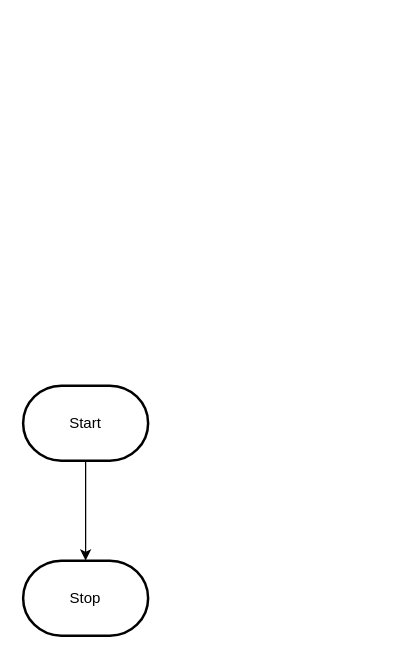
This is design/flowchart.drawio from MTHS-ICD2O-1-2024/ICD2O-Unit-3-02-peter-zerbinos, a draw.io file, before an edit. Source tidied: cells renumbered, new cells numbered last; positions are measured from the earlier drawing's top-left corner, leaving out a move shared by most shapes. Both pictures are drawn from the tidied source at 125%, with x=0, y=0 at pixel (22, 385).
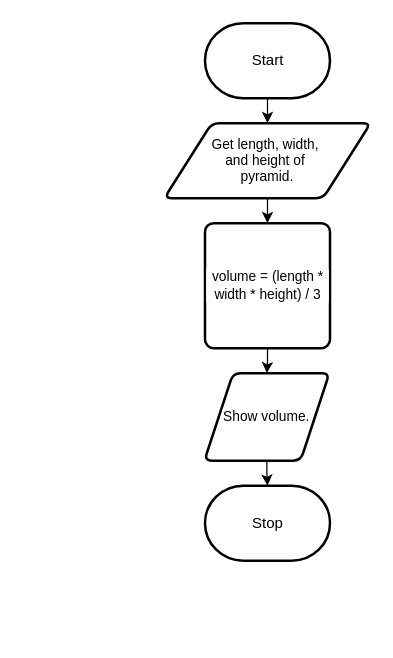
After the change.

What changed in the source:
```diff
@@
 <mxGraphModel>
   <root>
     <mxCell id="0" />
     <mxCell id="1" parent="0" />
-    <mxCell id="2" style="edgeStyle=orthogonalEdgeStyle;html=1;rounded=0;" parent="1" edge="1" source="3" target="4">
-      <mxGeometry relative="1" as="geometry" />
-    </mxCell>
+    <mxCell id="5" style="edgeStyle=orthogonalEdgeStyle;shape=connector;rounded=0;html=1;exitX=0.5;exitY=1;exitDx=0;exitDy=0;exitPerimeter=0;entryX=0.5;entryY=0;entryDx=0;entryDy=0;strokeColor=default;align=center;verticalAlign=middle;fontFamily=Helvetica;fontSize=11;fontColor=default;labelBackgroundColor=default;endArrow=classic;" parent="1" edge="1" source="3" target="7">
+      <mxGeometry relative="1" as="geometry" />
+    </mxCell>
     <mxCell id="3" value="Start" style="strokeWidth=2;html=1;shape=mxgraph.flowchart.terminator;whiteSpace=wrap;" parent="1" vertex="1">
-      <mxGeometry width="100" height="60" as="geometry" />
+      <mxGeometry x="145.5" y="-290" width="100" height="60" as="geometry" />
     </mxCell>
     <mxCell id="4" value="Stop" style="strokeWidth=2;html=1;shape=mxgraph.flowchart.terminator;whiteSpace=wrap;" parent="1" vertex="1">
-      <mxGeometry y="140" width="100" height="60" as="geometry" />
+      <mxGeometry x="145.5" y="80" width="100" height="60" as="geometry" />
     </mxCell>
+    <mxCell id="6" style="edgeStyle=orthogonalEdgeStyle;shape=connector;rounded=0;html=1;exitX=0.5;exitY=1;exitDx=0;exitDy=0;entryX=0.5;entryY=0;entryDx=0;entryDy=0;strokeColor=default;align=center;verticalAlign=middle;fontFamily=Helvetica;fontSize=11;fontColor=default;labelBackgroundColor=default;endArrow=classic;" parent="1" edge="1" source="7" target="9">
+      <mxGeometry relative="1" as="geometry" />
+    </mxCell>
+    <mxCell id="7" value="Get length, width,&amp;nbsp;&lt;div&gt;and height of&amp;nbsp;&lt;/div&gt;&lt;div&gt;pyramid.&lt;/div&gt;" style="shape=parallelogram;html=1;strokeWidth=2;perimeter=parallelogramPerimeter;whiteSpace=wrap;rounded=1;arcSize=12;size=0.23;fontFamily=Helvetica;fontSize=11;fontColor=default;labelBackgroundColor=default;" parent="1" vertex="1">
+      <mxGeometry x="113" y="-210" width="165" height="60" as="geometry" />
+    </mxCell>
+    <mxCell id="8" style="edgeStyle=orthogonalEdgeStyle;shape=connector;rounded=0;html=1;exitX=0.5;exitY=1;exitDx=0;exitDy=0;entryX=0.5;entryY=0;entryDx=0;entryDy=0;strokeColor=default;align=center;verticalAlign=middle;fontFamily=Helvetica;fontSize=11;fontColor=default;labelBackgroundColor=default;endArrow=classic;" parent="1" edge="1" source="9" target="10">
+      <mxGeometry relative="1" as="geometry" />
+    </mxCell>
+    <mxCell id="9" value="volume = (length * width * height) / 3" style="rounded=1;whiteSpace=wrap;html=1;absoluteArcSize=1;arcSize=14;strokeWidth=2;fontFamily=Helvetica;fontSize=11;fontColor=default;labelBackgroundColor=default;" parent="1" vertex="1">
+      <mxGeometry x="145.5" y="-130" width="100" height="100" as="geometry" />
+    </mxCell>
+    <mxCell id="10" value="Show volume." style="shape=parallelogram;html=1;strokeWidth=2;perimeter=parallelogramPerimeter;whiteSpace=wrap;rounded=1;arcSize=12;size=0.23;fontFamily=Helvetica;fontSize=11;fontColor=default;labelBackgroundColor=default;" parent="1" vertex="1">
+      <mxGeometry x="145" y="-10" width="100" height="70" as="geometry" />
+    </mxCell>
+    <mxCell id="11" style="edgeStyle=orthogonalEdgeStyle;shape=connector;rounded=0;html=1;exitX=0.5;exitY=1;exitDx=0;exitDy=0;entryX=0.5;entryY=0;entryDx=0;entryDy=0;entryPerimeter=0;strokeColor=default;align=center;verticalAlign=middle;fontFamily=Helvetica;fontSize=11;fontColor=default;labelBackgroundColor=default;endArrow=classic;" parent="1" edge="1" source="10" target="4">
+      <mxGeometry relative="1" as="geometry" />
+    </mxCell>
   </root>
 </mxGraphModel>
```
